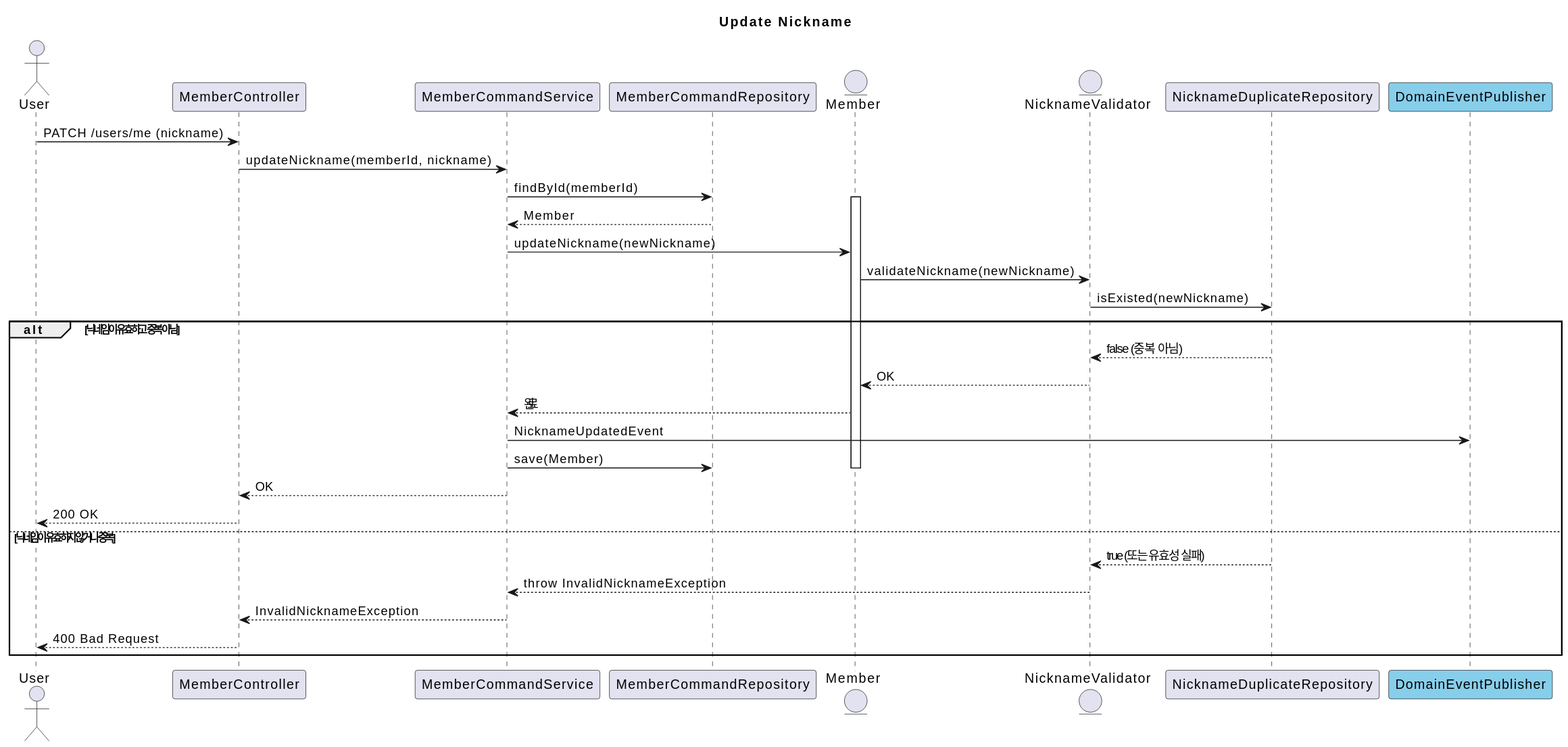
Above: document/puml/event/externalAPI/memberContext/memberAggregate/updateNicknameSeq.svg in SimpleBoardTeam/server-hyunchang (PlantUML), before the change.
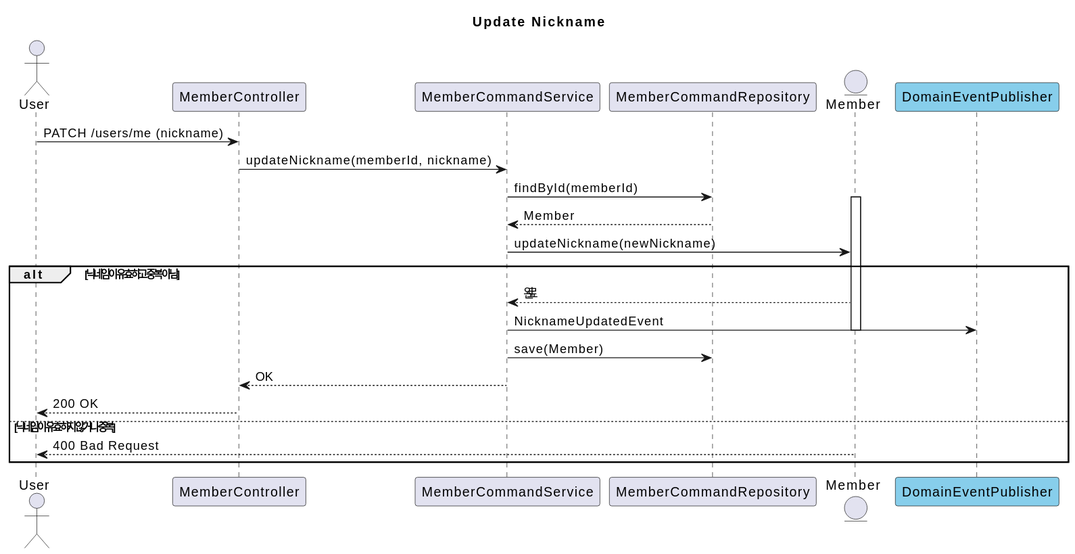
The same file after the commit.

What changed in the source:
```diff
@@ -6,8 +6,6 @@
 participant MemberCommandService
 participant MemberCommandRepository
 entity      Member
-entity      NicknameValidator
-participant NicknameDuplicateRepository
 participant DomainEventPublisher #skyblue
 
 User -> MemberController : PATCH /users/me (nickname)
@@ -17,25 +15,17 @@
 MemberCommandRepository --> MemberCommandService : Member
 
 MemberCommandService -> Member : updateNickname(newNickname)
-Member -> NicknameValidator : validateNickname(newNickname)
-NicknameValidator -> NicknameDuplicateRepository : isExisted(newNickname)
 
 alt 닉네임이 유효하고 중복 아님
-NicknameDuplicateRepository --> NicknameValidator : false (중복 아님)
-NicknameValidator --> Member : OK
 Member --> MemberCommandService : 완료
 MemberCommandService -> DomainEventPublisher : NicknameUpdatedEvent
+deactivate Member
 MemberCommandService -> MemberCommandRepository : save(Member)
-deactivate Member
 MemberCommandService --> MemberController : OK
 MemberController --> User : 200 OK
 
 else 닉네임이 유효하지 않거나 중복
-NicknameDuplicateRepository --> NicknameValidator : true (또는 유효성 실패)
-NicknameValidator --> MemberCommandService : throw InvalidNicknameException
-deactivate Member
-MemberCommandService --> MemberController : InvalidNicknameException
-MemberController --> User : 400 Bad Request
+Member --> User : 400 Bad Request
 
 end
 @enduml
```
